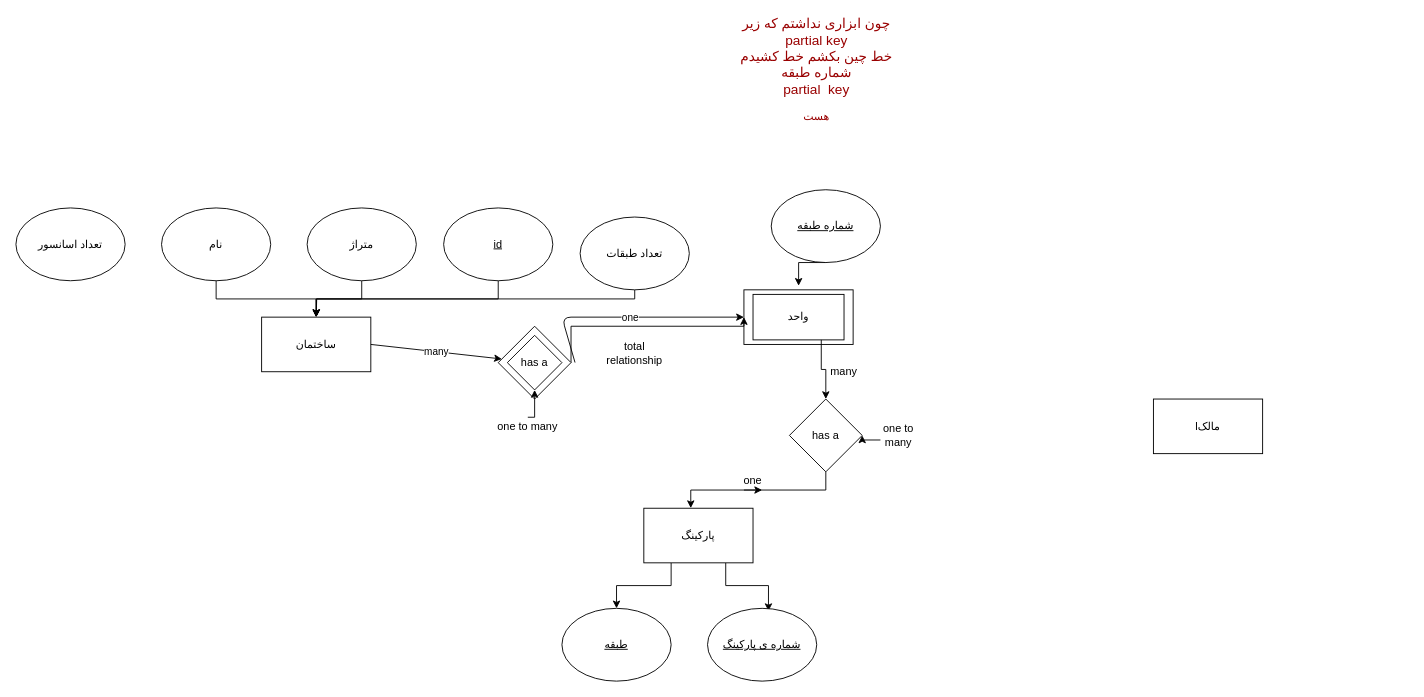
Zoha-bigginer/z keeps this draw.io diagram as exam.drawio. Above is the earlier version. Source tidied: cells renumbered, new cells numbered last; positions are measured from the earlier drawing's top-left corner, leaving out a move shared by most shapes. Both pictures are drawn from the tidied source at 91%, with x=0, y=0 at pixel (15, 16).
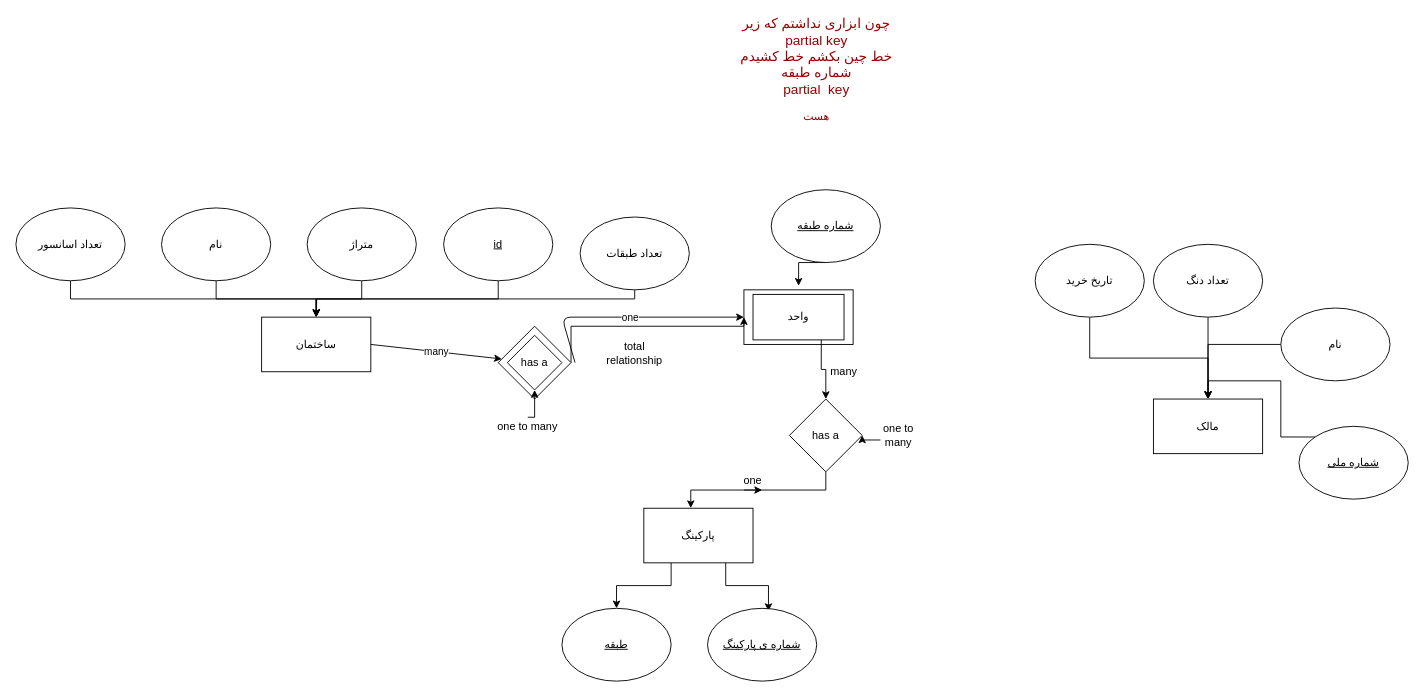
Above is the later version.

Unchanged cells that the change refers to:
```xml
<mxCell id="2" value="ساختمان" style="rounded=0;whiteSpace=wrap;html=1;" parent="1" vertex="1">
  <mxGeometry x="270" y="330" width="120" height="60" as="geometry" />
</mxCell>
<mxCell id="41" value="تعداد اسانسور" style="ellipse;whiteSpace=wrap;html=1;fillColor=#ffffff;" parent="1" vertex="1">
  <mxGeometry y="210" width="120" height="80" as="geometry" />
</mxCell>
```

Change to the diagram source:
```diff
@@
-    <mxCell id="29" value="lمالک" style="rounded=0;whiteSpace=wrap;html=1;" parent="1" vertex="1">
+    <mxCell id="29" value="مالک" style="rounded=0;whiteSpace=wrap;html=1;" parent="1" vertex="1">
       <mxGeometry x="1250" y="420" width="120" height="60" as="geometry" />
     </mxCell>
@@
+    <mxCell id="42" style="edgeStyle=orthogonalEdgeStyle;rounded=0;jettySize=auto;html=1;exitX=0.5;exitY=1;exitDx=0;exitDy=0;entryX=0.5;entryY=0;entryDx=0;entryDy=0;" parent="1" edge="1" source="41" target="2">
+      <mxGeometry relative="1" as="geometry" />
+    </mxCell>
@@
+    <mxCell id="43" style="edgeStyle=orthogonalEdgeStyle;rounded=0;jettySize=auto;html=1;exitX=0;exitY=0.5;exitDx=0;exitDy=0;entryX=0.5;entryY=0;entryDx=0;entryDy=0;" parent="1" edge="1" source="44" target="29">
+      <mxGeometry relative="1" as="geometry" />
+    </mxCell>
+    <mxCell id="44" value="نام" style="ellipse;whiteSpace=wrap;html=1;fillColor=#ffffff;" parent="1" vertex="1">
+      <mxGeometry x="1390" y="320" width="120" height="80" as="geometry" />
+    </mxCell>
+    <mxCell id="45" style="edgeStyle=orthogonalEdgeStyle;rounded=0;jettySize=auto;html=1;exitX=0.5;exitY=1;exitDx=0;exitDy=0;" parent="1" edge="1" source="46">
+      <mxGeometry relative="1" as="geometry">
+        <mxPoint x="1310.1" y="420" as="targetPoint" />
+      </mxGeometry>
+    </mxCell>
+    <mxCell id="46" value="تعداد دنگ" style="ellipse;whiteSpace=wrap;html=1;fillColor=#ffffff;" parent="1" vertex="1">
+      <mxGeometry x="1250" y="250" width="120" height="80" as="geometry" />
+    </mxCell>
+    <mxCell id="47" style="edgeStyle=orthogonalEdgeStyle;rounded=0;jettySize=auto;html=1;exitX=0;exitY=0;exitDx=0;exitDy=0;entryX=0.5;entryY=0;entryDx=0;entryDy=0;" parent="1" edge="1" source="48" target="29">
+      <mxGeometry relative="1" as="geometry" />
+    </mxCell>
+    <mxCell id="48" value="&lt;u&gt;شماره ملی&lt;/u&gt;" style="ellipse;whiteSpace=wrap;html=1;fillColor=#ffffff;" parent="1" vertex="1">
+      <mxGeometry x="1410" y="450" width="120" height="80" as="geometry" />
+    </mxCell>
+    <mxCell id="49" style="edgeStyle=orthogonalEdgeStyle;rounded=0;jettySize=auto;html=1;exitX=0.5;exitY=1;exitDx=0;exitDy=0;entryX=0.5;entryY=0;entryDx=0;entryDy=0;" parent="1" edge="1" source="50" target="29">
+      <mxGeometry relative="1" as="geometry" />
+    </mxCell>
+    <mxCell id="50" value="تاریخ خرید" style="ellipse;whiteSpace=wrap;html=1;fillColor=#ffffff;" parent="1" vertex="1">
+      <mxGeometry x="1120" y="250" width="120" height="80" as="geometry" />
+    </mxCell>
```
